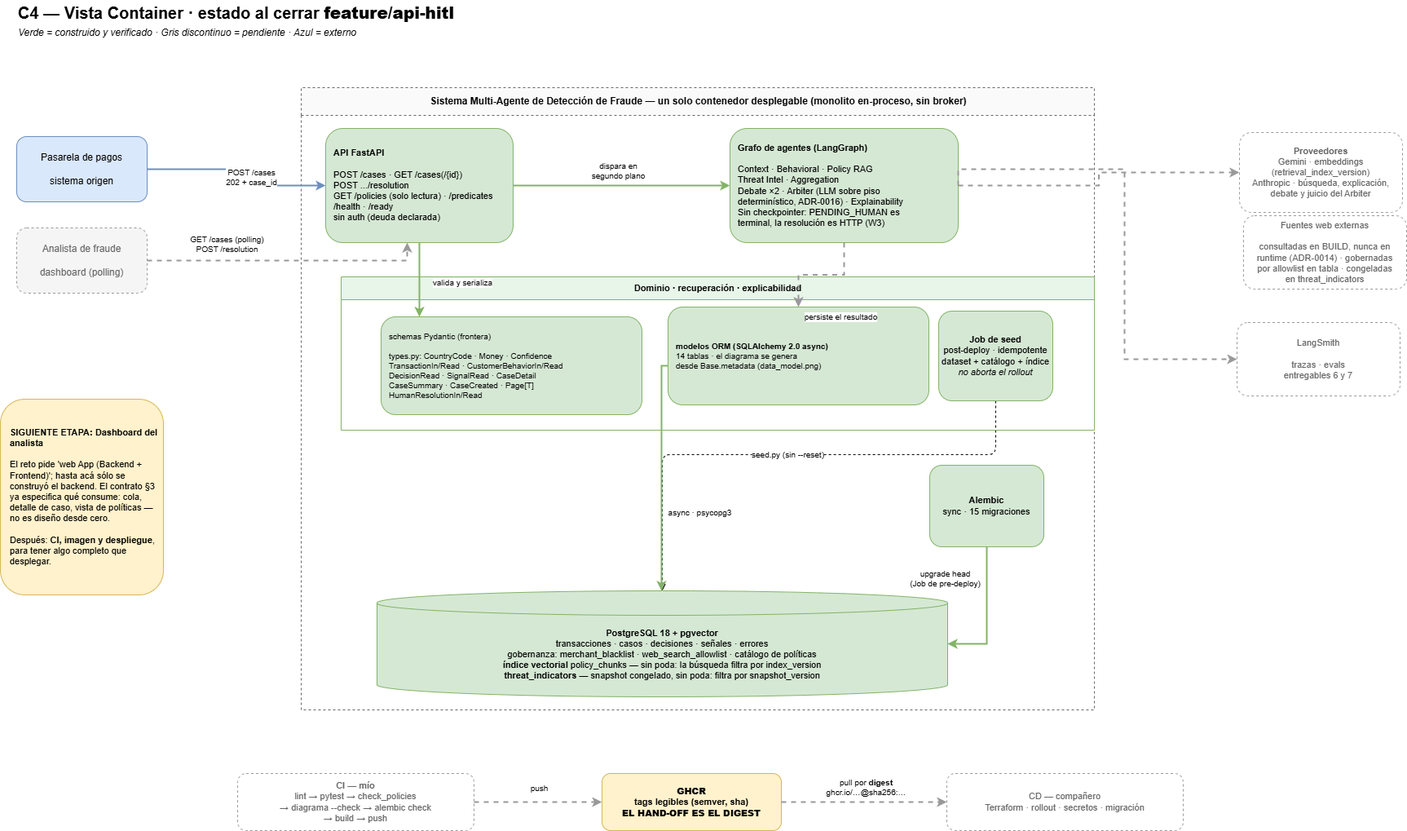
Above: dashboard/public/c4-container.png in Nicolas-Torres/multiagent-fraud-detection (draw.io), before the change. Source tidied: cells renumbered, new cells last; positions are measured from the earlier drawing's top-left corner, leaving out a move shared by most shapes. Its diagram source:
```xml
<mxGraphModel>
  <root>
    <mxCell id="0" />
    <mxCell id="1" parent="0" />
    <mxCell id="2" value="C4 — Vista Container · estado al cerrar &lt;b&gt;feature/api-hitl&lt;/b&gt;" style="text;html=1;fontSize=20;fontStyle=1;align=left;verticalAlign=middle;" parent="1" vertex="1">
      <mxGeometry x="20" width="900" height="30" as="geometry" />
    </mxCell>
    <mxCell id="3" value="Verde = construido y verificado · Gris discontinuo = pendiente · Azul = externo" style="text;html=1;fontSize=12;fontStyle=2;align=left;verticalAlign=middle;" parent="1" vertex="1">
      <mxGeometry x="20" y="28" width="900" height="24" as="geometry" />
    </mxCell>
    <mxCell id="4" value="Pasarela de pagos&#10;&#10;sistema origen" style="rounded=1;whiteSpace=wrap;html=1;fontSize=12;fillColor=#dae8fc;strokeColor=#6c8ebf;" parent="1" vertex="1">
      <mxGeometry x="20" y="167" width="160" height="80" as="geometry" />
    </mxCell>
    <mxCell id="5" value="Analista de fraude&#10;&#10;dashboard (polling)" style="rounded=1;whiteSpace=wrap;html=1;fontSize=12;fillColor=#f5f5f5;strokeColor=#999999;dashed=1;fontColor=#666666;" parent="1" vertex="1">
      <mxGeometry x="20" y="279" width="160" height="80" as="geometry" />
    </mxCell>
    <mxCell id="6" value="Sistema Multi-Agente de Detección de Fraude — un solo contenedor desplegable (monolito en-proceso, sin broker)" style="swimlane;startSize=34;html=1;fontSize=12;fontStyle=1;fillColor=#fafafa;strokeColor=#666666;dashed=1;" parent="1" vertex="1">
      <mxGeometry x="369" y="107" width="973" height="763" as="geometry" />
    </mxCell>
    <mxCell id="7" value="&lt;b&gt;API FastAPI&lt;/b&gt;&#10;&#10;POST /cases · GET /cases(/{id})&#10;POST .../resolution&#10;GET /policies (solo lectura) · /predicates&#10;/health · /ready&#10;sin auth (deuda declarada)" style="rounded=1;whiteSpace=wrap;html=1;fontSize=11;fillColor=#d5e8d4;strokeColor=#82b366;align=left;spacingLeft=8;" parent="6" vertex="1">
      <mxGeometry x="30" y="50" width="230" height="140" as="geometry" />
    </mxCell>
    <mxCell id="8" value="&lt;b&gt;Grafo de agentes (LangGraph)&lt;/b&gt;&#10;&#10;Context · Behavioral · Policy RAG&#10;Threat Intel · Aggregation&#10;Debate ×2 · Arbiter (LLM sobre piso&#10;determinístico, ADR-0016) · Explainability&#10;Sin checkpointer: PENDING_HUMAN es&#10;terminal, la resolución es HTTP (W3)" style="rounded=1;whiteSpace=wrap;html=1;fontSize=11;fillColor=#d5e8d4;strokeColor=#82b366;align=left;spacingLeft=8;" parent="6" vertex="1">
      <mxGeometry x="526" y="50" width="280" height="140" as="geometry" />
    </mxCell>
    <mxCell id="9" value="&lt;b&gt;Alembic&lt;/b&gt;&lt;br&gt;sync · 15 migraciones" style="rounded=1;whiteSpace=wrap;html=1;fontSize=11;fillColor=#d5e8d4;strokeColor=#82b366;" parent="6" vertex="1">
      <mxGeometry x="771" y="463" width="140" height="100" as="geometry" />
    </mxCell>
    <mxCell id="10" value="seed.py (sin --reset)" style="edgeStyle=orthogonalEdgeStyle;rounded=1;html=1;fontSize=10;dashed=1;" parent="6" edge="1" source="14" target="15">
      <mxGeometry relative="1" as="geometry">
        <Array as="points">
          <mxPoint x="852" y="450" />
          <mxPoint x="443" y="450" />
        </Array>
      </mxGeometry>
    </mxCell>
    <mxCell id="11" value="Dominio · recuperación · explicabilidad" style="swimlane;startSize=28;html=1;fontSize=11;fontStyle=1;fillColor=#e8f5e9;strokeColor=#82b366;" parent="6" vertex="1">
      <mxGeometry x="49" y="232" width="924" height="188" as="geometry" />
    </mxCell>
    <mxCell id="12" value="schemas Pydantic (frontera)&#10;&#10;types.py: CountryCode · Money · Confidence&#10;TransactionIn/Read · CustomerBehaviorIn/Read&#10;DecisionRead · SignalRead · CaseDetail&#10;CaseSummary · CaseCreated · Page[T]&#10;HumanResolutionIn/Read" style="rounded=1;whiteSpace=wrap;html=1;fontSize=10;fillColor=#d5e8d4;strokeColor=#82b366;align=left;spacingLeft=8;" parent="11" vertex="1">
      <mxGeometry x="49" y="49" width="320" height="120" as="geometry" />
    </mxCell>
    <mxCell id="13" value="&lt;b&gt;modelos ORM (SQLAlchemy 2.0 async)&lt;/b&gt;&lt;br&gt;14 tablas · el diagrama se genera&lt;br&gt;desde Base.metadata (data_model.png)" style="rounded=1;whiteSpace=wrap;html=1;fontSize=10;fillColor=#d5e8d4;strokeColor=#82b366;align=left;spacingLeft=8;" parent="11" vertex="1">
      <mxGeometry x="401" y="37" width="320" height="120" as="geometry" />
    </mxCell>
    <mxCell id="14" value="&lt;b&gt;Job de seed&lt;/b&gt;&lt;br&gt;post-deploy · idempotente&lt;br&gt;dataset + catálogo + índice&lt;br&gt;&lt;i&gt;no aborta el rollout&lt;/i&gt;" style="rounded=1;whiteSpace=wrap;html=1;fontSize=11;fillColor=#d5e8d4;strokeColor=#82b366;" parent="11" vertex="1">
      <mxGeometry x="733" y="42" width="140" height="110" as="geometry" />
    </mxCell>
    <mxCell id="15" value="&lt;b&gt;PostgreSQL 18 + pgvector&lt;/b&gt;&lt;br&gt;transacciones · casos · decisiones · señales · errores&lt;br&gt;gobernanza: merchant_blacklist · web_search_allowlist · catálogo de políticas&lt;br&gt;&lt;b&gt;índice vectorial&lt;/b&gt; policy_chunks — sin poda: la búsqueda filtra por index_version&lt;br&gt;&lt;b&gt;threat_indicators&lt;/b&gt; — snapshot congelado, sin poda: filtra por snapshot_version" style="shape=cylinder3;boundedLbl=1;whiteSpace=wrap;html=1;fontSize=11;fillColor=#d5e8d4;strokeColor=#82b366;verticalAlign=middle;" parent="6" vertex="1">
      <mxGeometry x="93" y="617" width="700" height="130" as="geometry" />
    </mxCell>
    <mxCell id="16" value="&lt;b&gt;Proveedores&lt;/b&gt;&lt;br&gt;Gemini · embeddings&lt;br&gt;(retrieval_index_version)&lt;br&gt;Anthropic · búsqueda, explicación,&lt;br&gt;debate y juicio del Arbiter" style="rounded=1;whiteSpace=wrap;html=1;fontSize=11;fillColor=none;strokeColor=#999999;dashed=1;fontColor=#666666;" parent="1" vertex="1">
      <mxGeometry x="1520" y="162" width="200" height="98" as="geometry" />
    </mxCell>
    <mxCell id="17" value="Fuentes web externas&#10;&#10;consultadas en BUILD, nunca en&#10;runtime (ADR-0014) · gobernadas&#10;por allowlist en tabla · congeladas&#10;en threat_indicators" style="rounded=1;whiteSpace=wrap;html=1;fontSize=11;fillColor=none;strokeColor=#999999;dashed=1;fontColor=#666666;" parent="1" vertex="1">
      <mxGeometry x="1525" y="264" width="200" height="90" as="geometry" />
    </mxCell>
    <mxCell id="18" value="LangSmith&#10;&#10;trazas · evals&#10;entregables 6 y 7" style="rounded=1;whiteSpace=wrap;html=1;fontSize=11;fillColor=none;strokeColor=#999999;dashed=1;fontColor=#666666;" parent="1" vertex="1">
      <mxGeometry x="1517" y="395" width="200" height="90" as="geometry" />
    </mxCell>
    <mxCell id="19" value="POST /cases&#10;202 + case_id" style="fontSize=10;strokeWidth=2;strokeColor=#6c8ebf;edgeStyle=orthogonalEdgeStyle;rounded=0;libavoidRouting=1;jettySize=auto;html=1;" parent="1" edge="1" source="4" target="7">
      <mxGeometry y="18" relative="1" as="geometry" />
    </mxCell>
    <mxCell id="20" value="GET /cases (polling)&#10;POST /resolution" style="fontSize=10;strokeWidth=2;dashed=1;strokeColor=#999999;edgeStyle=orthogonalEdgeStyle;rounded=0;libavoidRouting=1;jettySize=auto;html=1;" parent="1" edge="1" source="5" target="7">
      <mxGeometry x="-0.43" y="20" relative="1" as="geometry">
        <Array as="points">
          <mxPoint x="499" y="319" />
        </Array>
      </mxGeometry>
    </mxCell>
    <mxCell id="21" value="dispara en&#10;segundo plano" style="fontSize=10;strokeWidth=2;strokeColor=#82b366;edgeStyle=orthogonalEdgeStyle;rounded=0;libavoidRouting=1;jettySize=auto;html=1;" parent="1" edge="1" source="7" target="8">
      <mxGeometry x="-0.03" y="18" relative="1" as="geometry" />
    </mxCell>
    <mxCell id="22" value="valida y serializa" style="fontSize=10;strokeWidth=2;strokeColor=#82b366;edgeStyle=orthogonalEdgeStyle;rounded=0;libavoidRouting=1;jettySize=auto;html=1;" parent="1" edge="1" source="7" target="12">
      <mxGeometry x="0.07" y="53" relative="1" as="geometry">
        <Array as="points">
          <mxPoint x="627" y="207" />
        </Array>
      </mxGeometry>
    </mxCell>
    <mxCell id="23" value="persiste el resultado" style="fontSize=10;strokeWidth=2;dashed=1;strokeColor=#999999;edgeStyle=orthogonalEdgeStyle;rounded=0;libavoidRouting=1;jettySize=auto;html=1;" parent="1" edge="1" source="8" target="13">
      <mxGeometry x="-0.34" y="51" relative="1" as="geometry" />
    </mxCell>
    <mxCell id="24" value="async · psycopg3" style="fontSize=10;strokeWidth=2;strokeColor=#82b366;edgeStyle=orthogonalEdgeStyle;rounded=0;libavoidRouting=1;jettySize=auto;html=1;" parent="1" edge="1" source="13" target="15">
      <mxGeometry x="0.33" y="47" relative="1" as="geometry">
        <Array as="points">
          <mxPoint x="811" y="448" />
        </Array>
      </mxGeometry>
    </mxCell>
    <mxCell id="25" value="upgrade head&#10;(Job de pre-deploy)" style="fontSize=10;strokeWidth=2;strokeColor=#82b366;edgeStyle=orthogonalEdgeStyle;rounded=0;libavoidRouting=1;jettySize=auto;html=1;exitX=0.5;exitY=1;exitDx=0;exitDy=0;entryX=1;entryY=0.5;entryDx=0;entryDy=0;entryPerimeter=0;" parent="1" edge="1" source="9" target="15">
      <mxGeometry x="-0.53" y="-51" relative="1" as="geometry">
        <Array as="points">
          <mxPoint x="1210" y="789" />
        </Array>
      </mxGeometry>
    </mxCell>
    <mxCell id="26" style="strokeWidth=2;dashed=1;strokeColor=#999999;edgeStyle=orthogonalEdgeStyle;rounded=0;libavoidRouting=1;jettySize=auto;html=1;" parent="1" edge="1" source="8" target="16">
      <mxGeometry relative="1" as="geometry" />
    </mxCell>
    <mxCell id="27" style="strokeWidth=2;dashed=1;strokeColor=#999999;edgeStyle=orthogonalEdgeStyle;rounded=0;jettySize=auto;html=1;exitX=1;exitY=0.5;exitDx=0;exitDy=0;" parent="1" edge="1" source="8" target="18">
      <mxGeometry relative="1" as="geometry">
        <Array as="points">
          <mxPoint x="1379" y="207" />
          <mxPoint x="1379" y="440" />
        </Array>
      </mxGeometry>
    </mxCell>
    <mxCell id="28" value="&lt;b&gt;CI — mío&lt;/b&gt;&lt;br&gt;lint → pytest → check_policies&lt;br&gt;→ diagrama --check → alembic check&lt;br&gt;→ build → push" style="rounded=1;whiteSpace=wrap;html=1;fontSize=11;fillColor=none;strokeColor=#999999;dashed=1;fontColor=#666666;" parent="1" vertex="1">
      <mxGeometry x="291" y="948" width="290" height="70" as="geometry" />
    </mxCell>
    <mxCell id="29" value="&lt;b&gt;GHCR&lt;/b&gt;&lt;br&gt;tags legibles (semver, sha)&lt;br&gt;&lt;b&gt;EL HAND-OFF ES EL DIGEST&lt;/b&gt;" style="rounded=1;whiteSpace=wrap;html=1;fontSize=11;fillColor=#fff2cc;strokeColor=#d6b656;fontStyle=1;" parent="1" vertex="1">
      <mxGeometry x="738" y="948" width="220" height="70" as="geometry" />
    </mxCell>
    <mxCell id="30" value="CD — compañero&#10;Terraform · rollout · secretos · migración" style="rounded=1;whiteSpace=wrap;html=1;fontSize=11;fillColor=none;strokeColor=#999999;dashed=1;fontColor=#666666;" parent="1" vertex="1">
      <mxGeometry x="1161" y="948" width="290" height="70" as="geometry" />
    </mxCell>
    <mxCell id="31" value="push" style="fontSize=10;strokeWidth=2;dashed=1;strokeColor=#999999;edgeStyle=orthogonalEdgeStyle;rounded=0;libavoidRouting=1;jettySize=auto;html=1;" parent="1" edge="1" source="28" target="29">
      <mxGeometry x="0.02" y="17" relative="1" as="geometry" />
    </mxCell>
    <mxCell id="32" value="pull por &lt;b&gt;digest&lt;/b&gt;&lt;br&gt;ghcr.io/…@sha256:…" style="fontSize=10;strokeWidth=2;dashed=1;strokeColor=#999999;edgeStyle=orthogonalEdgeStyle;rounded=0;libavoidRouting=1;jettySize=auto;html=1;" parent="1" edge="1" source="29" target="30">
      <mxGeometry x="0.02" y="18" relative="1" as="geometry" />
    </mxCell>
    <mxCell id="33" value="&lt;b&gt;SIGUIENTE ETAPA: Dashboard del analista&lt;/b&gt;&lt;br&gt;&lt;br&gt;El reto pide 'web App (Backend + Frontend)'; hasta acá sólo se construyó el backend. El contrato §3 ya especifica qué consume: cola, detalle de caso, vista de políticas — no es diseño desde cero.&lt;br&gt;&lt;br&gt;Después: &lt;b&gt;CI, imagen y despliegue&lt;/b&gt;, para tener algo completo que desplegar." style="rounded=1;whiteSpace=wrap;html=1;fontSize=11;align=left;spacingLeft=10;fillColor=#fff2cc;strokeColor=#d6b656;verticalAlign=middle;" parent="1" vertex="1">
      <mxGeometry y="489" width="200" height="240" as="geometry" />
    </mxCell>
  </root>
</mxGraphModel>
```
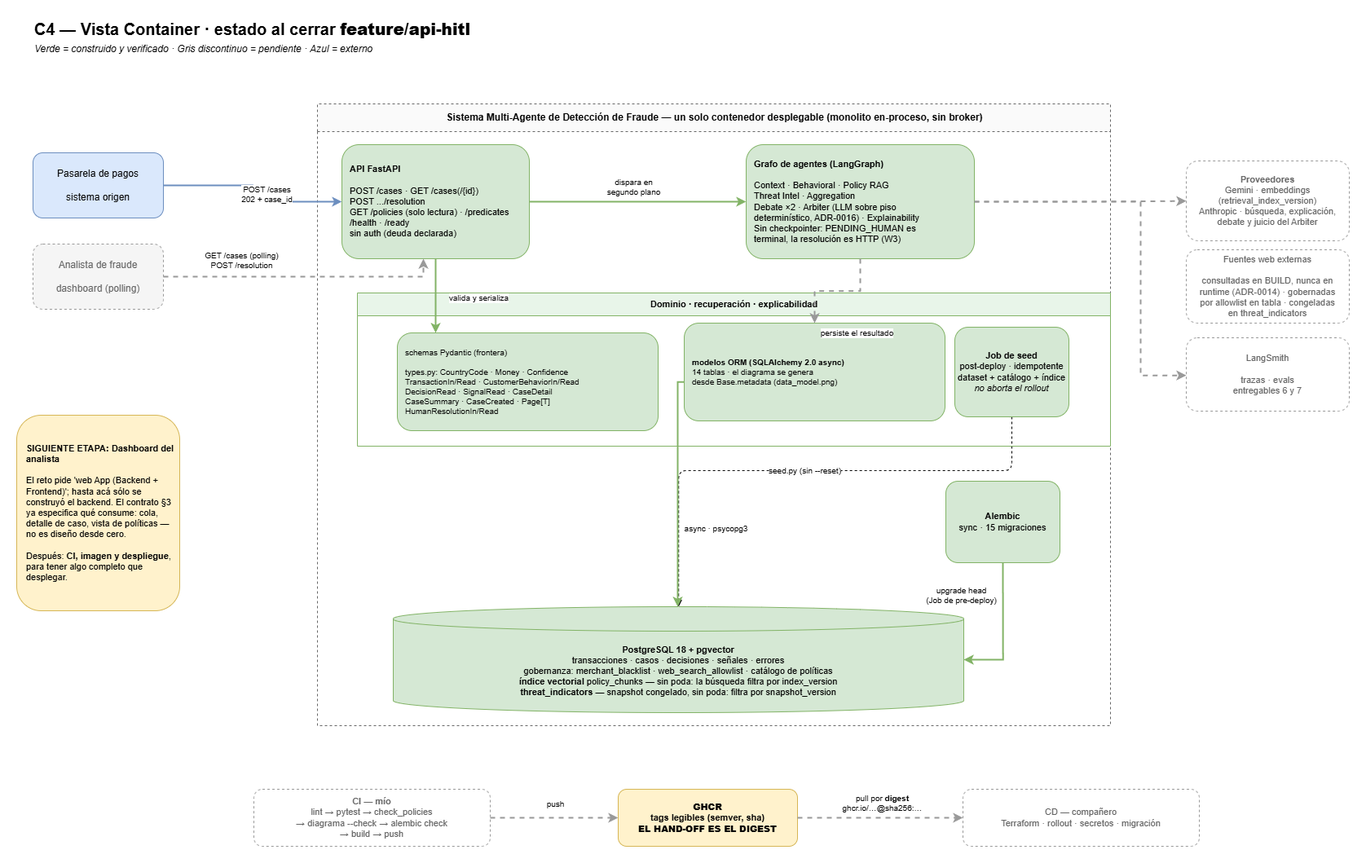
After the change.

Commit message:
docs(diagrams): adjust c4-container node positions

What changed in the source:
```diff
@@ -1,4 +1,4 @@
-<mxGraphModel>
+<mxGraphModel background="#FFFFFF">
   <root>
     <mxCell id="0" />
     <mxCell id="1" parent="0" />
@@ -50,13 +50,13 @@
       <mxGeometry x="93" y="617" width="700" height="130" as="geometry" />
     </mxCell>
     <mxCell id="16" value="&lt;b&gt;Proveedores&lt;/b&gt;&lt;br&gt;Gemini · embeddings&lt;br&gt;(retrieval_index_version)&lt;br&gt;Anthropic · búsqueda, explicación,&lt;br&gt;debate y juicio del Arbiter" style="rounded=1;whiteSpace=wrap;html=1;fontSize=11;fillColor=none;strokeColor=#999999;dashed=1;fontColor=#666666;" parent="1" vertex="1">
-      <mxGeometry x="1520" y="162" width="200" height="98" as="geometry" />
+      <mxGeometry x="1435" y="177" width="200" height="98" as="geometry" />
     </mxCell>
     <mxCell id="17" value="Fuentes web externas&#10;&#10;consultadas en BUILD, nunca en&#10;runtime (ADR-0014) · gobernadas&#10;por allowlist en tabla · congeladas&#10;en threat_indicators" style="rounded=1;whiteSpace=wrap;html=1;fontSize=11;fillColor=none;strokeColor=#999999;dashed=1;fontColor=#666666;" parent="1" vertex="1">
-      <mxGeometry x="1525" y="264" width="200" height="90" as="geometry" />
+      <mxGeometry x="1435" y="286" width="200" height="90" as="geometry" />
     </mxCell>
     <mxCell id="18" value="LangSmith&#10;&#10;trazas · evals&#10;entregables 6 y 7" style="rounded=1;whiteSpace=wrap;html=1;fontSize=11;fillColor=none;strokeColor=#999999;dashed=1;fontColor=#666666;" parent="1" vertex="1">
-      <mxGeometry x="1517" y="395" width="200" height="90" as="geometry" />
+      <mxGeometry x="1435" y="394" width="200" height="90" as="geometry" />
     </mxCell>
     <mxCell id="19" value="POST /cases&#10;202 + case_id" style="fontSize=10;strokeWidth=2;strokeColor=#6c8ebf;edgeStyle=orthogonalEdgeStyle;rounded=0;libavoidRouting=1;jettySize=auto;html=1;" parent="1" edge="1" source="4" target="7">
       <mxGeometry y="18" relative="1" as="geometry" />
@@ -101,7 +101,7 @@
     <mxCell id="27" style="strokeWidth=2;dashed=1;strokeColor=#999999;edgeStyle=orthogonalEdgeStyle;rounded=0;jettySize=auto;html=1;exitX=1;exitY=0.5;exitDx=0;exitDy=0;" parent="1" edge="1" source="8" target="18">
       <mxGeometry relative="1" as="geometry">
         <Array as="points">
-          <mxPoint x="1379" y="207" />
+          <mxPoint x="1379" y="227" />
           <mxPoint x="1379" y="440" />
         </Array>
       </mxGeometry>
```
